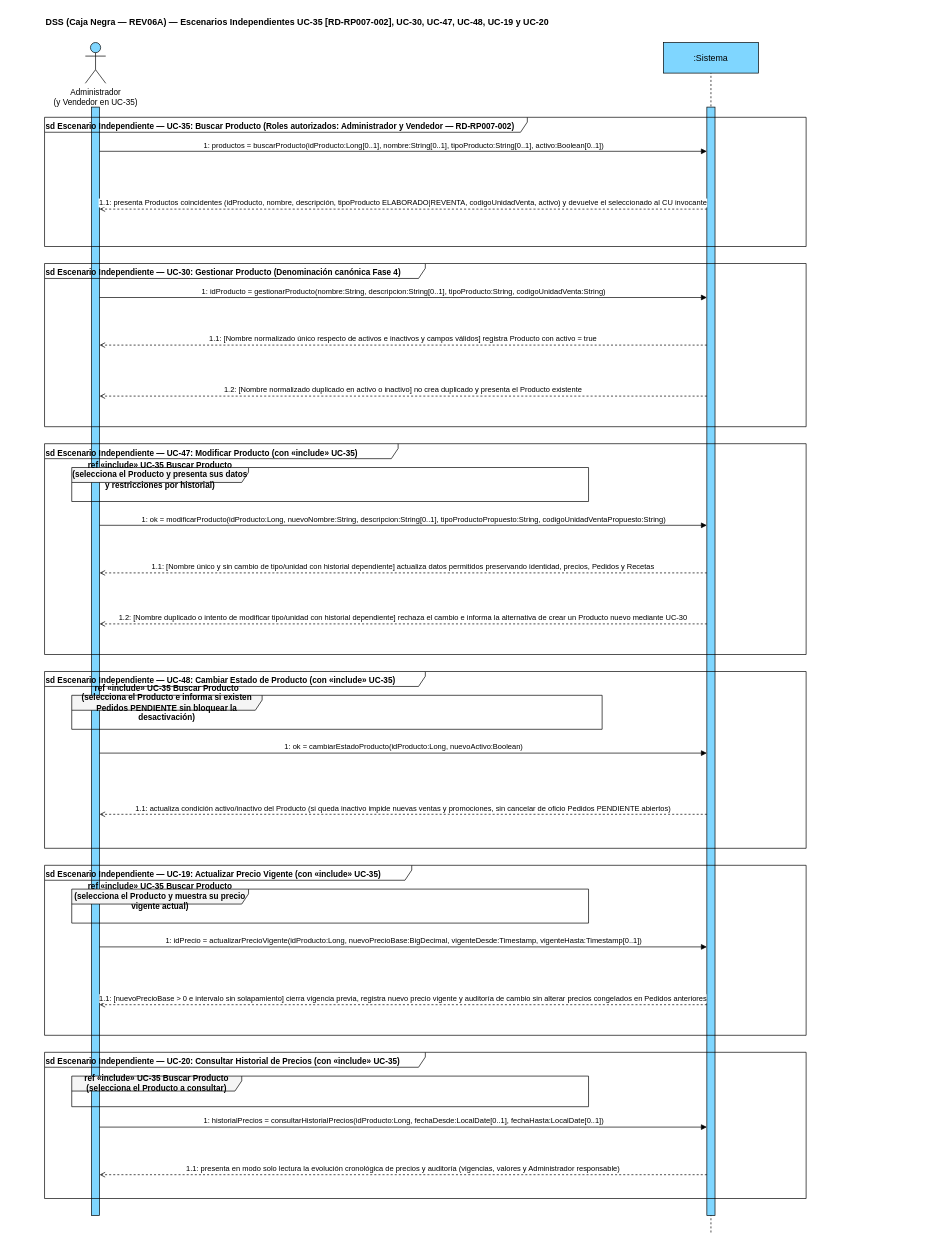
Above: page "DSS REV06A - Productos y Precios (UC-35,30,47,48,19,20)" (1 of 2) of docs/08-diagramas/revision/REV06A_COMERCIAL_PROMOCIONES/propuestos/DSS_REV06A_CORREGIDO.drawio.xml in leandrito369/ale-milanesas (draw.io), before the change. Source tidied: cells renumbered, new cells numbered last; positions are measured from the earlier drawing's top-left corner, leaving out a move shared by most shapes. Both pictures are drawn from the tidied source at 68%, with x=0, y=0 at pixel (44, 12).
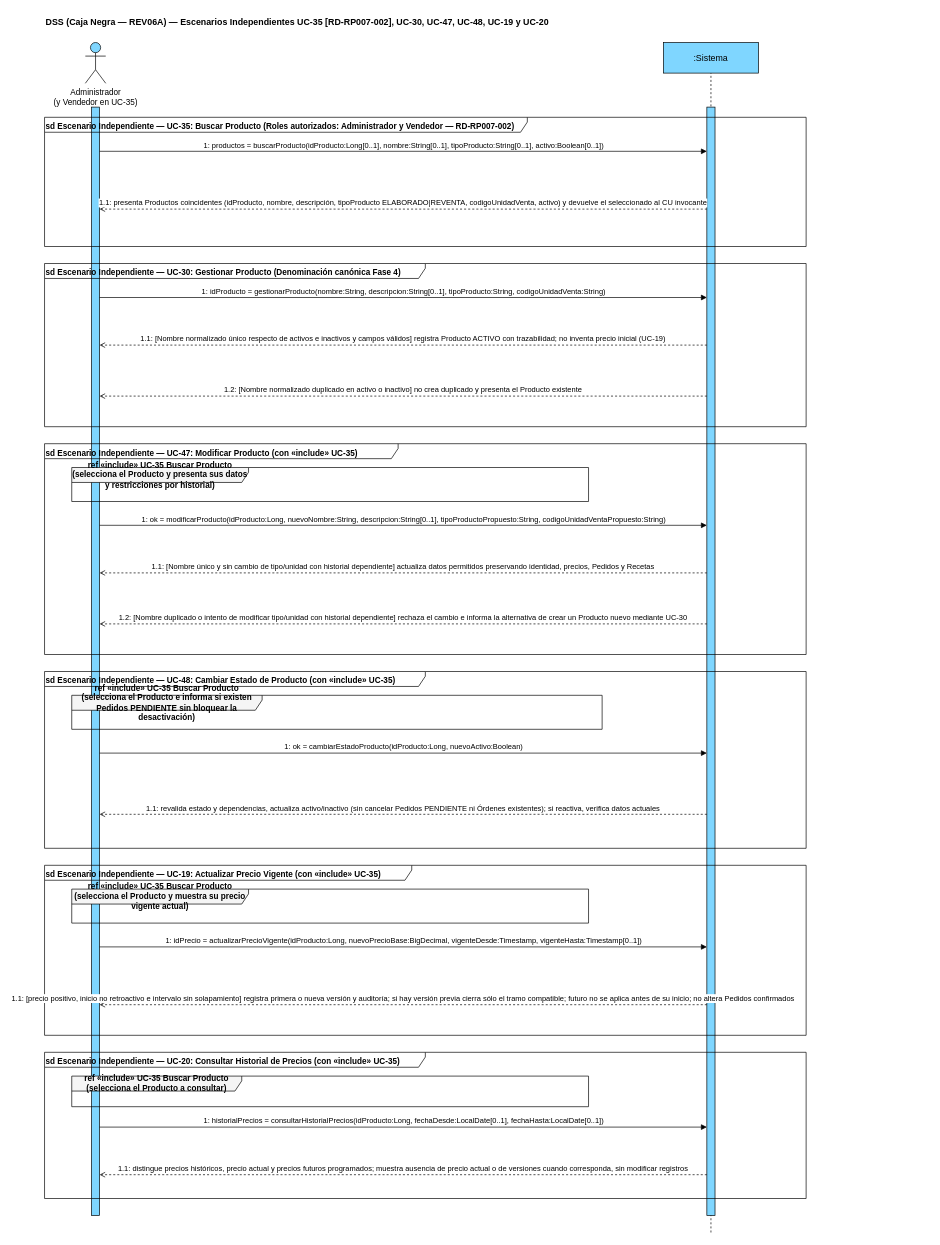
The same diagram, later.

The edit, as a diff of the source:
```diff
@@
-    <mxCell id="13" value="1.1: [Nombre normalizado único respecto de activos e inactivos y campos válidos] registra Producto con activo = true" style="html=1;verticalAlign=bottom;endArrow=open;dashed=1;endFill=0;strokeColor=#000000;" parent="1" edge="1">
+    <mxCell id="13" value="1.1: [Nombre normalizado único respecto de activos e inactivos y campos válidos] registra Producto ACTIVO con trazabilidad; no inventa precio inicial (UC-19)" style="html=1;verticalAlign=bottom;endArrow=open;dashed=1;endFill=0;strokeColor=#000000;" parent="1" edge="1">
       <mxGeometry relative="1" as="geometry">
         <mxPoint x="974" y="490" as="sourcePoint" />
         <mxPoint x="81" y="490" as="targetPoint" />
       </mxGeometry>
     </mxCell>
@@
-    <mxCell id="23" value="1.1: actualiza condición activo/inactivo del Producto (si queda inactivo impide nuevas ventas y promociones, sin cancelar de oficio Pedidos PENDIENTE abiertos)" style="html=1;verticalAlign=bottom;endArrow=open;dashed=1;endFill=0;strokeColor=#000000;" parent="1" edge="1">
+    <mxCell id="23" value="1.1: revalida estado y dependencias, actualiza activo/inactivo (sin cancelar Pedidos PENDIENTE ni Órdenes existentes); si reactiva, verifica datos actuales" style="html=1;verticalAlign=bottom;endArrow=open;dashed=1;endFill=0;strokeColor=#000000;" parent="1" edge="1">
       <mxGeometry relative="1" as="geometry">
         <mxPoint x="974" y="1180" as="sourcePoint" />
         <mxPoint x="81" y="1180" as="targetPoint" />
       </mxGeometry>
     </mxCell>
@@
-    <mxCell id="27" value="1.1: [nuevoPrecioBase &gt; 0 e intervalo sin solapamiento] cierra vigencia previa, registra nuevo precio vigente y auditoría de cambio sin alterar precios congelados en Pedidos anteriores" style="html=1;verticalAlign=bottom;endArrow=open;dashed=1;endFill=0;strokeColor=#000000;" parent="1" edge="1">
+    <mxCell id="27" value="1.1: [precio positivo, inicio no retroactivo e intervalo sin solapamiento] registra primera o nueva versión y auditoría; si hay versión previa cierra sólo el tramo compatible; futuro no se aplica antes de su inicio; no altera Pedidos confirmados" style="html=1;verticalAlign=bottom;endArrow=open;dashed=1;endFill=0;strokeColor=#000000;" parent="1" edge="1">
       <mxGeometry relative="1" as="geometry">
         <mxPoint x="974" y="1460" as="sourcePoint" />
         <mxPoint x="81" y="1460" as="targetPoint" />
       </mxGeometry>
     </mxCell>
@@
-    <mxCell id="31" value="1.1: presenta en modo solo lectura la evolución cronológica de precios y auditoría (vigencias, valores y Administrador responsable)" style="html=1;verticalAlign=bottom;endArrow=open;dashed=1;endFill=0;strokeColor=#000000;" parent="1" edge="1">
+    <mxCell id="31" value="1.1: distingue precios históricos, precio actual y precios futuros programados; muestra ausencia de precio actual o de versiones cuando corresponda, sin modificar registros" style="html=1;verticalAlign=bottom;endArrow=open;dashed=1;endFill=0;strokeColor=#000000;" parent="1" edge="1">
       <mxGeometry relative="1" as="geometry">
         <mxPoint x="974" y="1710" as="sourcePoint" />
         <mxPoint x="81" y="1710" as="targetPoint" />
       </mxGeometry>
     </mxCell>
```
